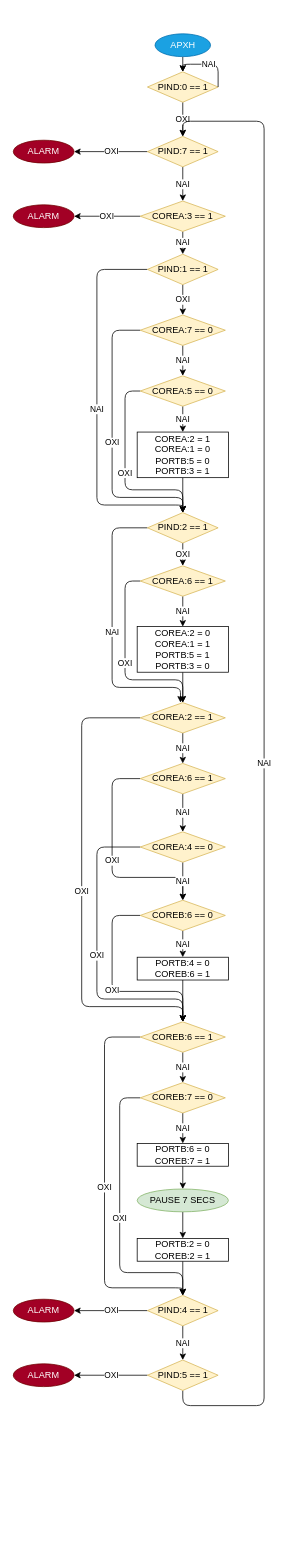
The draw.io diagram draw.io/silo.drawio in akdimitri/Microprocessors-and-Peripherals-Lab-Project, before the edit. Source tidied: cells renumbered, new cells numbered last; positions are measured from the earlier drawing's top-left corner, leaving out a move shared by most shapes. Both pictures are drawn from the tidied source at 76%, with x=0, y=0 at pixel (13, 33).
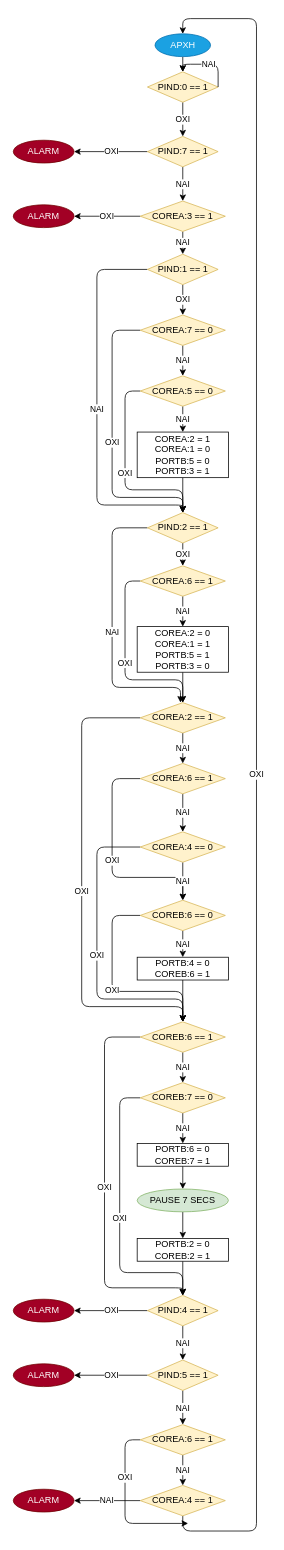
The same page after the edit.

The change refers to these unchanged cells:
```xml
<mxCell id="3" value="ΑΡΧΗ" style="ellipse;whiteSpace=wrap;html=1;fillColor=#1ba1e2;strokeColor=#006EAF;fontColor=#ffffff;" parent="1" vertex="1">
  <mxGeometry x="186.5" width="73" height="30" as="geometry" />
</mxCell>
<mxCell id="8" value="PIND:7 == 1" style="rhombus;whiteSpace=wrap;html=1;fillColor=#fff2cc;strokeColor=#d6b656;" parent="1" vertex="1">
  <mxGeometry x="176.5" y="135" width="93" height="40" as="geometry" />
</mxCell>
<mxCell id="62" value="PIND:5 == 1" style="rhombus;whiteSpace=wrap;html=1;fillColor=#fff2cc;strokeColor=#d6b656;" parent="1" vertex="1">
  <mxGeometry x="176.5" y="1745" width="93" height="40" as="geometry" />
</mxCell>
```

Diff of the diagram source:
```diff
@@
-    <mxCell id="60" value="ΝΑΙ" style="edgeStyle=orthogonalEdgeStyle;rounded=1;jettySize=auto;html=1;exitX=0.5;exitY=1;exitDx=0;exitDy=0;entryX=0.5;entryY=0;entryDx=0;entryDy=0;" parent="1" edge="1" source="62" target="8">
-      <mxGeometry relative="1" as="geometry">
-        <Array as="points">
-          <mxPoint x="223" y="1805" />
-          <mxPoint x="330" y="1805" />
-          <mxPoint x="330" y="115" />
-          <mxPoint x="223" y="115" />
-        </Array>
-      </mxGeometry>
-    </mxCell>
@@
+    <mxCell id="68" value="ΝΑΙ" style="edgeStyle=orthogonalEdgeStyle;rounded=0;jettySize=auto;html=1;exitX=0.5;exitY=1;exitDx=0;exitDy=0;" parent="1" edge="1" source="62" target="71">
+      <mxGeometry relative="1" as="geometry" />
+    </mxCell>
@@
+    <mxCell id="69" value="ΝΑΙ" style="edgeStyle=orthogonalEdgeStyle;rounded=1;jettySize=auto;html=1;exitX=0.5;exitY=1;exitDx=0;exitDy=0;" parent="1" edge="1" source="71" target="74">
+      <mxGeometry relative="1" as="geometry" />
+    </mxCell>
+    <mxCell id="70" value="ΟΧΙ" style="edgeStyle=orthogonalEdgeStyle;rounded=1;jettySize=auto;html=1;exitX=0;exitY=0.5;exitDx=0;exitDy=0;" parent="1" edge="1" source="71">
+      <mxGeometry x="-0.34" relative="1" as="geometry">
+        <mxPoint x="230" y="1960" as="targetPoint" />
+        <Array as="points">
+          <mxPoint x="147" y="1850" />
+          <mxPoint x="147" y="1960" />
+        </Array>
+      </mxGeometry>
+    </mxCell>
+    <mxCell id="71" value="COREA:6 == 1" style="rhombus;whiteSpace=wrap;html=1;fillColor=#fff2cc;strokeColor=#d6b656;" parent="1" vertex="1">
+      <mxGeometry x="167" y="1830" width="112" height="40" as="geometry" />
+    </mxCell>
+    <mxCell id="72" value="ΟΧΙ" style="edgeStyle=orthogonalEdgeStyle;rounded=1;jettySize=auto;html=1;exitX=0.5;exitY=1;exitDx=0;exitDy=0;entryX=0.5;entryY=0;entryDx=0;entryDy=0;" parent="1" edge="1" source="74" target="3">
+      <mxGeometry relative="1" as="geometry">
+        <Array as="points">
+          <mxPoint x="223" y="1970" />
+          <mxPoint x="320" y="1970" />
+          <mxPoint x="320" y="-20" />
+          <mxPoint x="223" y="-20" />
+        </Array>
+      </mxGeometry>
+    </mxCell>
+    <mxCell id="73" value="ΝΑΙ" style="edgeStyle=orthogonalEdgeStyle;rounded=1;jettySize=auto;html=1;exitX=0;exitY=0.5;exitDx=0;exitDy=0;" parent="1" edge="1" source="74" target="75">
+      <mxGeometry relative="1" as="geometry" />
+    </mxCell>
+    <mxCell id="74" value="COREA:4 == 1" style="rhombus;whiteSpace=wrap;html=1;fillColor=#fff2cc;strokeColor=#d6b656;" parent="1" vertex="1">
+      <mxGeometry x="167" y="1910" width="112" height="40" as="geometry" />
+    </mxCell>
+    <mxCell id="75" value="ALARM" style="ellipse;whiteSpace=wrap;html=1;fillColor=#a20025;strokeColor=#6F0000;fontColor=#ffffff;" parent="1" vertex="1">
+      <mxGeometry y="1915" width="80" height="30" as="geometry" />
+    </mxCell>
```
